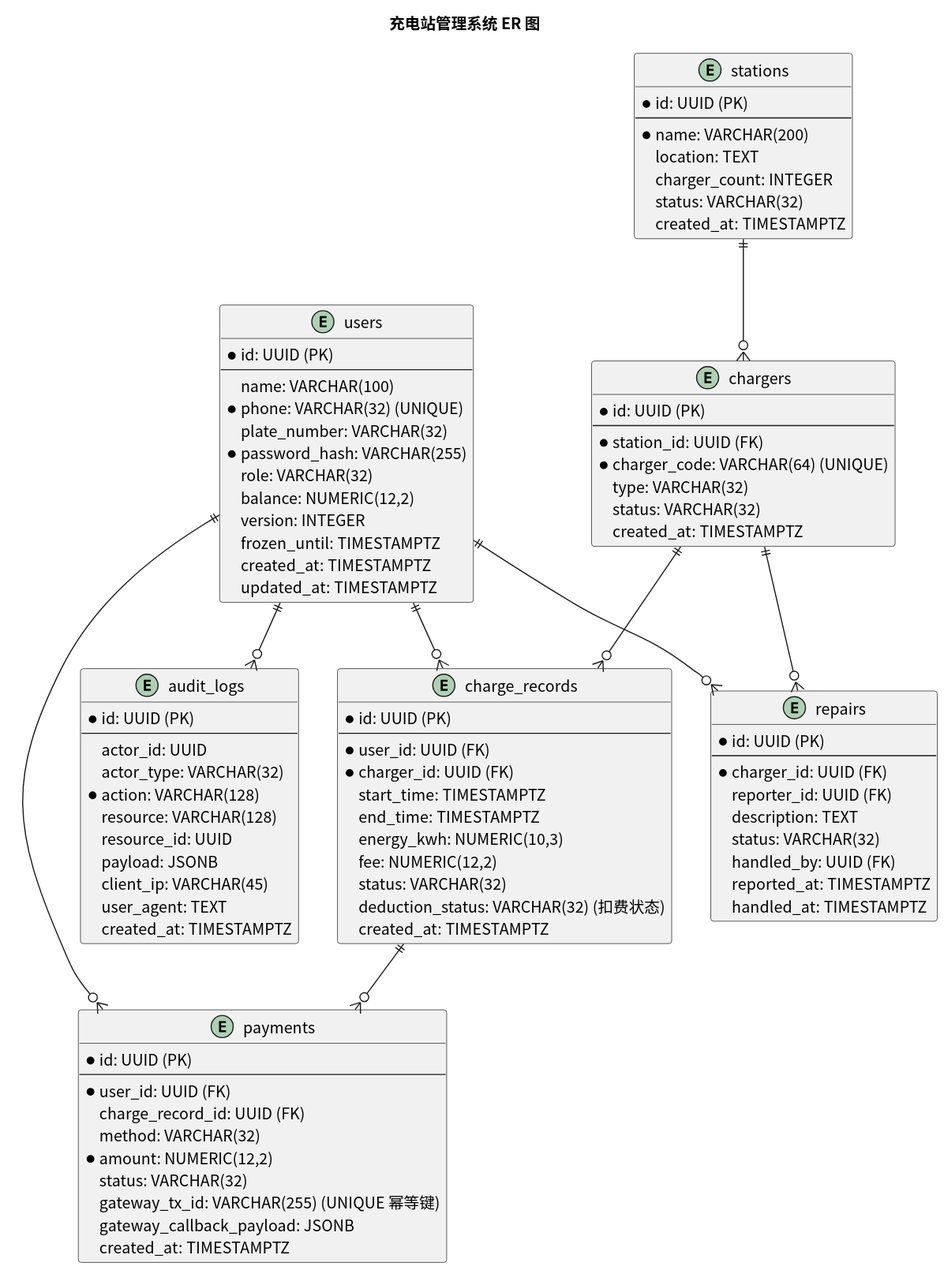
greenhandzdl/charging-station-doc keeps this PlantUML diagram as usecase/docs/database/img/er_diagram.svg. Above is the earlier version.
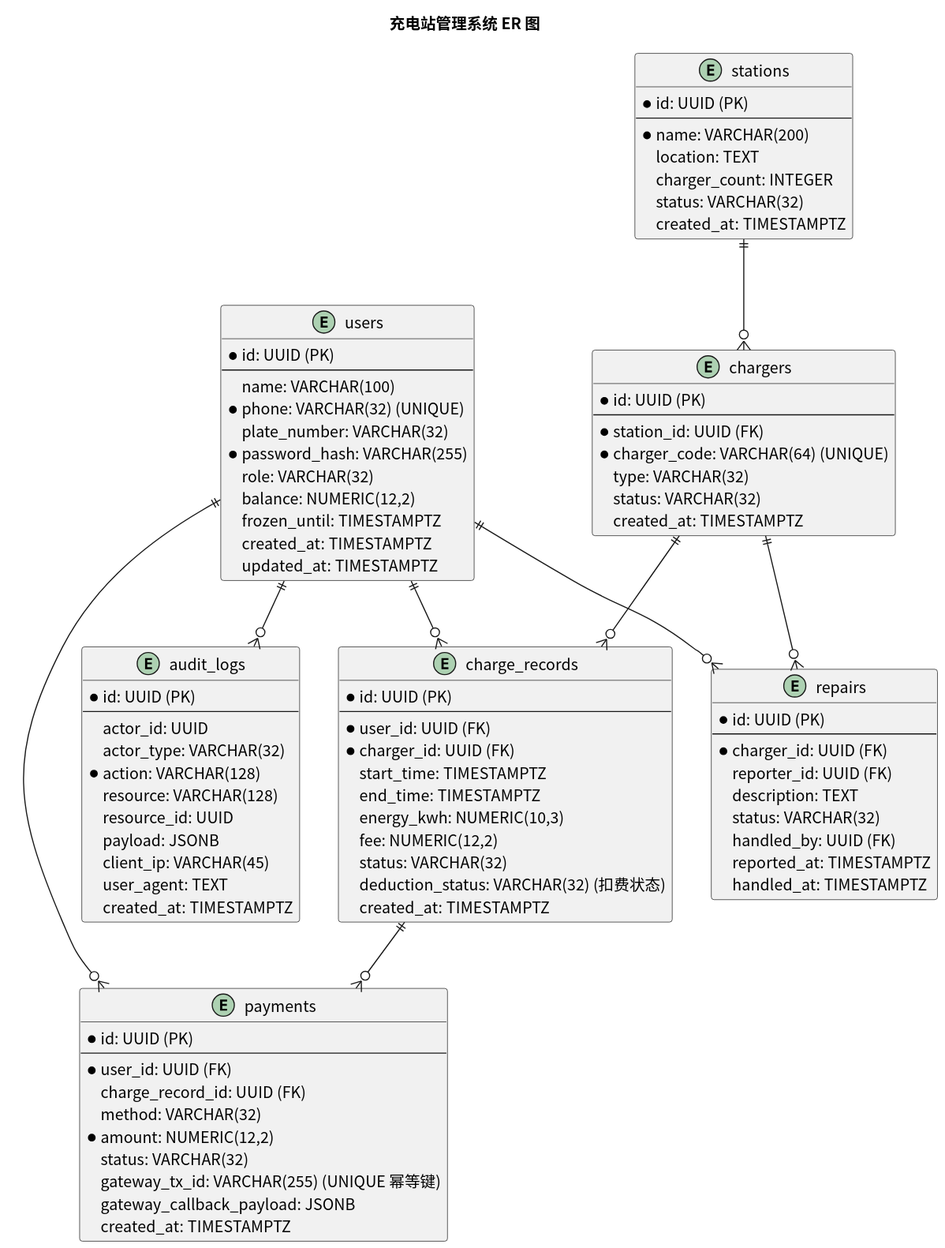
After the change.

What changed in the source:
```diff
@@ -12,7 +12,6 @@
   *password_hash: VARCHAR(255)
   role: VARCHAR(32)
   balance: NUMERIC(12,2)
-  version: INTEGER
   frozen_until: TIMESTAMPTZ
   created_at: TIMESTAMPTZ
   updated_at: TIMESTAMPTZ
```
